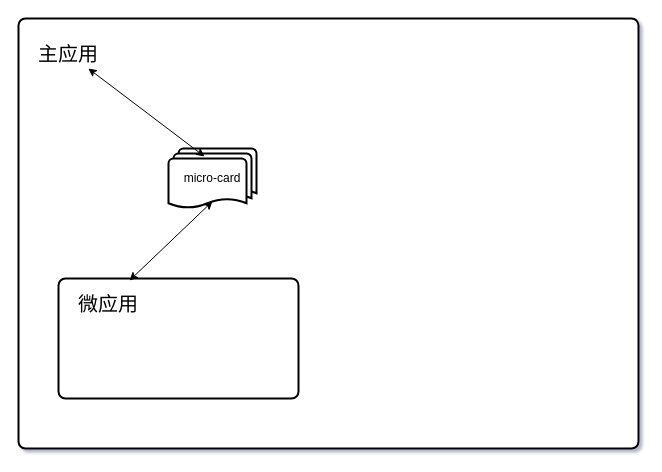
This is Untitled Diagram.drawio from Mica-Ma/diagrams, a draw.io file, before an edit. Source tidied: cells renumbered, new cells numbered last; positions are measured from the earlier drawing's top-left corner, leaving out a move shared by most shapes. Both pictures are drawn from the tidied source at 100%, with x=0, y=0 at pixel (18, 18).
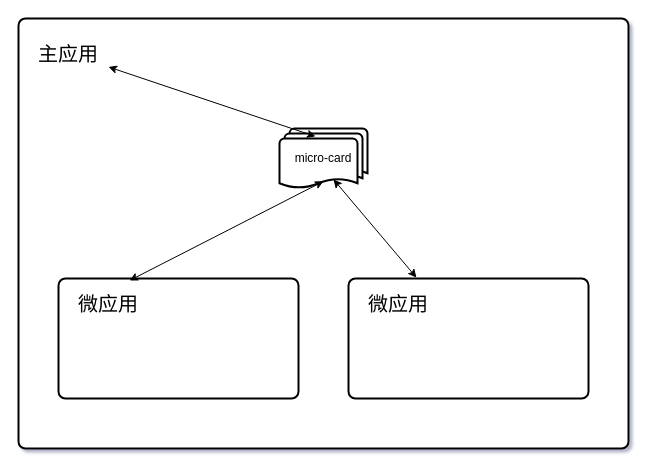
After the change.

Diff of the diagram source:
```diff
@@
 <mxGraphModel shadow="1">
   <root>
     <mxCell id="0" />
     <mxCell id="1" parent="0" />
     <mxCell id="2" style="rounded=1;whiteSpace=wrap;html=1;absoluteArcSize=1;arcSize=14;strokeWidth=2;" parent="1" vertex="1">
-      <mxGeometry width="620" height="430" as="geometry" />
+      <mxGeometry width="610" height="430" as="geometry" />
     </mxCell>
     <mxCell id="3" style="rounded=1;whiteSpace=wrap;html=1;absoluteArcSize=1;arcSize=14;strokeWidth=2;" parent="1" vertex="1">
       <mxGeometry x="40" y="260" width="240" height="120" as="geometry" />
     </mxCell>
     <mxCell id="4" value="micro-card" style="strokeWidth=2;html=1;shape=mxgraph.flowchart.multi-document;whiteSpace=wrap;" parent="1" vertex="1">
-      <mxGeometry x="150" y="130" width="88" height="60" as="geometry" />
+      <mxGeometry x="261" y="110" width="88" height="60" as="geometry" />
     </mxCell>
     <mxCell id="5" value="&lt;font style=&quot;font-size: 20px&quot;&gt;主应用&lt;/font&gt;" style="text;html=1;strokeColor=none;fillColor=none;align=center;verticalAlign=middle;whiteSpace=wrap;rounded=0;" parent="1" vertex="1">
       <mxGeometry x="10" y="20" width="80" height="30" as="geometry" />
     </mxCell>
     <mxCell id="6" value="&lt;font style=&quot;font-size: 20px&quot;&gt;微应用&lt;/font&gt;" style="text;html=1;strokeColor=none;fillColor=none;align=center;verticalAlign=middle;whiteSpace=wrap;rounded=0;" parent="1" vertex="1">
       <mxGeometry x="50" y="270" width="80" height="30" as="geometry" />
     </mxCell>
     <mxCell id="7" style="endArrow=classic;startArrow=classic;html=1;rounded=0;fontSize=20;entryX=0.5;entryY=0.88;entryDx=0;entryDy=0;entryPerimeter=0;exitX=0.296;exitY=0.017;exitDx=0;exitDy=0;exitPerimeter=0;" parent="1" edge="1" source="3" target="4">
       <mxGeometry relative="1" as="geometry" />
     </mxCell>
     <mxCell id="8" style="endArrow=classic;startArrow=classic;html=1;rounded=0;fontSize=20;exitX=0.409;exitY=0.133;exitDx=0;exitDy=0;exitPerimeter=0;" parent="1" edge="1" source="4" target="5">
       <mxGeometry relative="1" as="geometry" />
     </mxCell>
+    <mxCell id="9" style="rounded=1;whiteSpace=wrap;html=1;absoluteArcSize=1;arcSize=14;strokeWidth=2;" parent="1" vertex="1">
+      <mxGeometry x="330" y="260" width="240" height="120" as="geometry" />
+    </mxCell>
+    <mxCell id="10" value="&lt;font style=&quot;font-size: 20px&quot;&gt;微应用&lt;/font&gt;" style="text;html=1;strokeColor=none;fillColor=none;align=center;verticalAlign=middle;whiteSpace=wrap;rounded=0;" parent="1" vertex="1">
+      <mxGeometry x="340" y="270" width="80" height="30" as="geometry" />
+    </mxCell>
+    <mxCell id="11" style="endArrow=classic;startArrow=classic;html=1;rounded=0;fontSize=20;exitX=0.283;exitY=-0.008;exitDx=0;exitDy=0;exitPerimeter=0;entryX=0.614;entryY=0.85;entryDx=0;entryDy=0;entryPerimeter=0;" parent="1" edge="1" source="9" target="4">
+      <mxGeometry relative="1" as="geometry" />
+    </mxCell>
   </root>
 </mxGraphModel>
```
